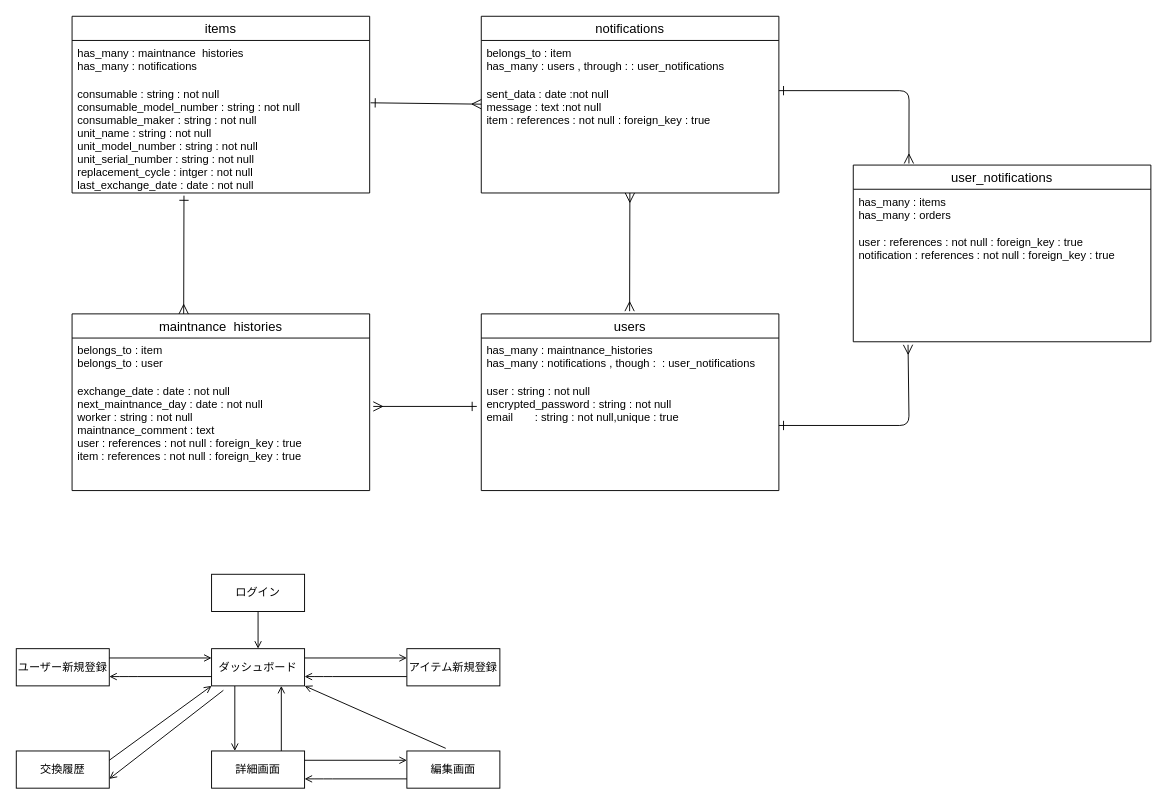
ks022564/consumables-checker keeps this draw.io diagram as oriap.dio. Above is the earlier version. Source tidied: cells renumbered, new cells numbered last; positions are measured from the earlier drawing's top-left corner, leaving out a move shared by most shapes. Both pictures are drawn from the tidied source at 93%, with x=0, y=0 at pixel (16, 16).
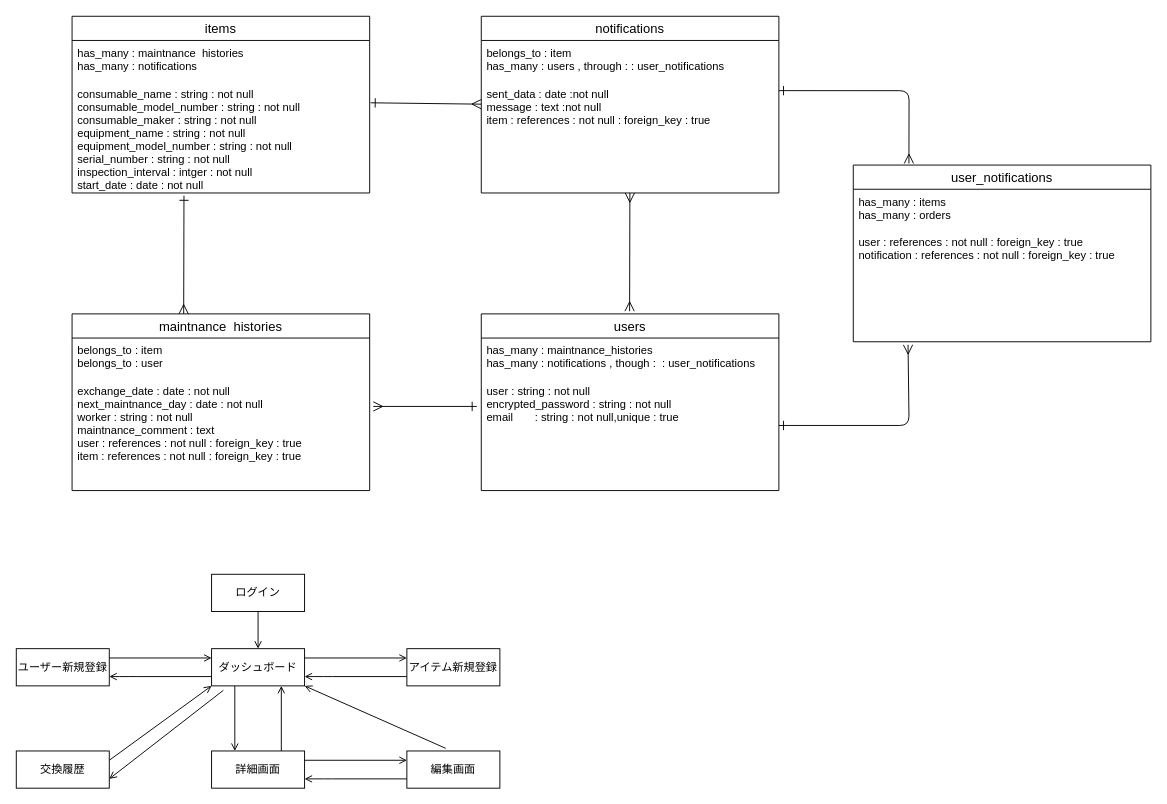
The same page after the edit.

Unchanged cells that the change refers to:
```xml
<mxCell id="2" value="items" style="swimlane;fontStyle=0;horizontal=1;startSize=26;align=center;fontSize=14;" parent="1" vertex="1">
  <mxGeometry x="60" width="320" height="190" as="geometry" />
</mxCell>
```

The edit, as a diff of the source:
```diff
@@
-    <mxCell id="4" value="consumable : string : not null&#10;consumable_model_number : string : not null&#10;consumable_maker : string : not null&#10;unit_name : string : not null&#10;unit_model_number : string : not null&#10;unit_serial_number : string : not null&#10;replacement_cycle : intger : not null&#10;last_exchange_date : date : not null" style="text;strokeColor=none;fillColor=none;spacingLeft=4;spacingRight=4;overflow=hidden;points=[[0,0.5],[1,0.5]];portConstraint=eastwest;fontSize=12;" parent="2" vertex="1">
+    <mxCell id="4" value="consumable_name : string : not null&#10;consumable_model_number : string : not null&#10;consumable_maker : string : not null&#10;equipment_name : string : not null&#10;equipment_model_number : string : not null&#10;serial_number : string : not null&#10;inspection_interval : intger : not null&#10;start_date : date : not null" style="text;strokeColor=none;fillColor=none;spacingLeft=4;spacingRight=4;overflow=hidden;points=[[0,0.5],[1,0.5]];portConstraint=eastwest;fontSize=12;" parent="2" vertex="1">
       <mxGeometry y="70" width="320" height="120" as="geometry" />
     </mxCell>
```
